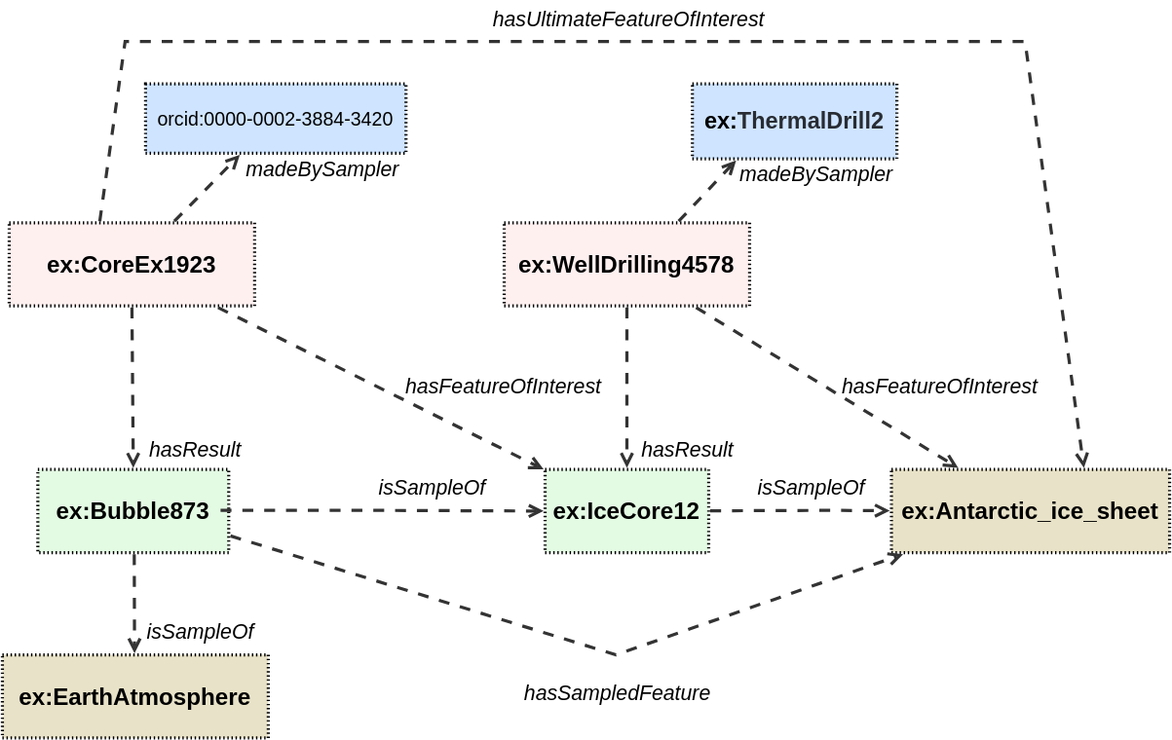
This is ssn/images/bubble-provenance.svg from afeliachi/sdw-sosa-ssn, a draw.io export, as it was before one commit. Source tidied: cells renumbered, new cells last; positions are measured from the earlier drawing's top-left corner, leaving out a move shared by most shapes. Source of this version:
```xml
<mxGraphModel>
  <root>
    <mxCell id="0" />
    <mxCell id="1" parent="0" />
    <mxCell id="2" value="ex:CoreEx1923" style="html=1;overflow=block;blockSpacing=1;whiteSpace=wrap;fontSize=17.3;fontStyle=1;align=center;spacing=0;strokeOpacity=100;fillOpacity=100;fillColor=#fff0f0;dashed=1;fixDash=1;dashPattern=1 2;strokeWidth=2.3;" parent="1" vertex="1">
      <mxGeometry x="5" y="163" width="180" height="61" as="geometry" />
    </mxCell>
    <mxCell id="3" style="html=1;jettySize=18;whiteSpace=wrap;fontSize=13;strokeColor=#333333;strokeOpacity=100;dashed=1;fixDash=1;dashPattern=8 8;strokeWidth=2.3;rounded=0;startArrow=none;endArrow=open;exitX=0.5;exitY=1.019;exitPerimeter=0;entryX=0.5;entryY=-0.019;entryPerimeter=0;lucidId=sctLGrPOj2BK;" parent="1" edge="1" source="2" target="10">
      <mxGeometry relative="1" as="geometry" />
    </mxCell>
    <mxCell id="4" style="html=1;jettySize=18;whiteSpace=wrap;fontSize=13;strokeColor=#333333;strokeOpacity=100;dashed=1;fixDash=1;dashPattern=8 8;strokeWidth=2.3;rounded=0;startArrow=none;endArrow=open;exitX=0.851;exitY=1.019;exitPerimeter=0;entryX=-0.009;entryY=-0.002;entryPerimeter=0;lucidId=sctLhihxkgJQ;" parent="1" edge="1" source="2" target="18">
      <mxGeometry relative="1" as="geometry" />
    </mxCell>
    <mxCell id="5" style="html=1;jettySize=18;whiteSpace=wrap;fontSize=13;strokeColor=#333333;strokeOpacity=100;dashed=1;fixDash=1;dashPattern=8 8;strokeWidth=2.3;rounded=0;startArrow=none;endArrow=open;exitX=0.673;exitY=-0.019;exitPerimeter=0;entryX=0.362;entryY=1.022;entryPerimeter=0;lucidId=sctLujutS-8.;" parent="1" edge="1" source="2" target="11">
      <mxGeometry relative="1" as="geometry" />
    </mxCell>
    <mxCell id="6" value="madeBySampler" style="html=1;overflow=block;blockSpacing=1;whiteSpace=wrap;fontSize=15.2;fontStyle=2;align=left;spacing=3.8;verticalAlign=top;strokeColor=none;fillOpacity=0;fillColor=#ffffff;dashed=1;fixDash=1;dashPattern=16 6;strokeWidth=0;lucidId=sctL7N020IhT;" parent="1" vertex="1">
      <mxGeometry x="176" y="112" width="111" height="28" as="geometry" />
    </mxCell>
    <mxCell id="7" value="hasFeatureOfInterest" style="html=1;overflow=block;blockSpacing=1;whiteSpace=wrap;fontSize=15.2;fontStyle=2;align=center;spacing=0;strokeColor=none;strokeOpacity=100;fillOpacity=100;fillColor=none;strokeWidth=2.3;lucidId=sctLugXyYw_a;" parent="1" vertex="1">
      <mxGeometry x="296" y="270" width="135" height="27" as="geometry" />
    </mxCell>
    <mxCell id="8" value="hasResult" style="html=1;overflow=block;blockSpacing=1;whiteSpace=wrap;fontSize=15.2;fontStyle=2;align=left;spacing=3.8;verticalAlign=top;strokeColor=none;fillOpacity=0;fillColor=#ffffff;dashed=1;fixDash=1;dashPattern=16 6;strokeWidth=0;lucidId=sctLzVusEgxE;" parent="1" vertex="1">
      <mxGeometry x="105" y="318" width="111" height="26" as="geometry" />
    </mxCell>
    <mxCell id="9" value="ex:WellDrilling4578" style="html=1;overflow=block;blockSpacing=1;whiteSpace=wrap;fontSize=17.3;fontStyle=1;align=center;spacing=0;strokeOpacity=100;fillOpacity=100;fillColor=#fff0f0;dashed=1;fixDash=1;dashPattern=1 2;strokeWidth=2.3;" parent="1" vertex="1">
      <mxGeometry x="368" y="163" width="180" height="61" as="geometry" />
    </mxCell>
    <mxCell id="10" value="ex:Bubble873" style="html=1;overflow=block;blockSpacing=1;whiteSpace=wrap;fontSize=17.3;fontStyle=1;align=center;spacing=0;strokeOpacity=100;fillOpacity=100;fillColor=#e3fae3;dashed=1;fixDash=1;dashPattern=1 2;strokeWidth=2.3;" parent="1" vertex="1">
      <mxGeometry x="26" y="344" width="140" height="61" as="geometry" />
    </mxCell>
    <mxCell id="11" value="orcid:0000-0002-3884-3420" style="html=1;overflow=block;blockSpacing=1;whiteSpace=wrap;fontSize=14;align=center;spacing=0;strokeOpacity=100;fillOpacity=100;fillColor=#cfe4ff;dashed=1;fixDash=1;dashPattern=1 2;strokeWidth=2.3;" parent="1" vertex="1">
      <mxGeometry x="105" y="61" width="191" height="51" as="geometry" />
    </mxCell>
    <mxCell id="12" style="html=1;jettySize=18;whiteSpace=wrap;fontSize=13;strokeColor=#333333;strokeOpacity=100;dashed=1;fixDash=1;dashPattern=8 8;strokeWidth=2.3;rounded=0;startArrow=none;endArrow=open;exitX=0.505;exitY=1.019;exitPerimeter=0;entryX=0.497;entryY=-0.019;entryPerimeter=0;lucidId=sctLoI0-i6Ah;" parent="1" edge="1" source="10" target="25">
      <mxGeometry relative="1" as="geometry" />
    </mxCell>
    <mxCell id="13" style="html=1;jettySize=18;whiteSpace=wrap;fontSize=13;strokeColor=#333333;strokeOpacity=100;dashed=1;fixDash=1;dashPattern=8 8;strokeWidth=2.3;rounded=0;startArrow=none;endArrow=open;exitX=0.5;exitY=1.019;exitPerimeter=0;entryX=0.5;entryY=-0.019;entryPerimeter=0;lucidId=LgtL-9_P6kDb;" parent="1" edge="1" source="9" target="18">
      <mxGeometry relative="1" as="geometry" />
    </mxCell>
    <mxCell id="14" value="&lt;span style=&quot;color: rgb(0, 0, 0);&quot;&gt;ex:&lt;/span&gt;ThermalDrill2" style="html=1;overflow=block;blockSpacing=1;whiteSpace=wrap;fontSize=16.8;fontColor=#282c33;fontStyle=1;align=center;spacing=0;strokeOpacity=100;fillOpacity=100;fillColor=#cfe4ff;dashed=1;fixDash=1;dashPattern=1 2;strokeWidth=2.3;" parent="1" vertex="1">
      <mxGeometry x="506" y="61" width="150" height="55" as="geometry" />
    </mxCell>
    <mxCell id="15" style="html=1;jettySize=18;whiteSpace=wrap;fontSize=13;strokeColor=#333333;strokeOpacity=100;dashed=1;fixDash=1;dashPattern=8 8;strokeWidth=2.3;rounded=0;startArrow=none;endArrow=open;exitX=0.711;exitY=-0.019;exitPerimeter=0;entryX=0.214;entryY=1.021;entryPerimeter=0;lucidId=sctLJVu9iMUp;" parent="1" edge="1" source="9" target="14">
      <mxGeometry relative="1" as="geometry" />
    </mxCell>
    <mxCell id="16" value="madeBySampler" style="html=1;overflow=block;blockSpacing=1;whiteSpace=wrap;fontSize=15.2;fontStyle=2;align=left;spacing=3.8;verticalAlign=top;strokeColor=none;fillOpacity=0;fillColor=#ffffff;dashed=1;fixDash=1;dashPattern=16 6;strokeWidth=0;lucidId=sctL7utkz2~R;" parent="1" vertex="1">
      <mxGeometry x="538" y="116" width="111" height="28" as="geometry" />
    </mxCell>
    <mxCell id="17" value="ex:Antarctic_ice_sheet" style="html=1;overflow=block;blockSpacing=1;whiteSpace=wrap;fontSize=17.3;fontStyle=1;align=center;spacing=0;strokeOpacity=100;fillOpacity=100;fillColor=#e8e2c8;dashed=1;fixDash=1;dashPattern=1 2;strokeWidth=2.3;" parent="1" vertex="1">
      <mxGeometry x="652" y="344" width="204" height="61" as="geometry" />
    </mxCell>
    <mxCell id="18" value="ex:IceCore12" style="html=1;overflow=block;blockSpacing=1;whiteSpace=wrap;fontSize=17.3;fontStyle=1;align=center;spacing=0;strokeOpacity=100;fillOpacity=100;fillColor=#e3fae3;dashed=1;fixDash=1;dashPattern=1 2;strokeWidth=2.3;" parent="1" vertex="1">
      <mxGeometry x="398" y="344" width="120" height="61" as="geometry" />
    </mxCell>
    <mxCell id="19" style="html=1;jettySize=18;whiteSpace=wrap;fontSize=13;strokeColor=#333333;strokeOpacity=100;dashed=1;fixDash=1;dashPattern=8 8;strokeWidth=2.3;rounded=0;startArrow=none;endArrow=open;entryX=-0.009;entryY=0.5;entryPerimeter=0;lucidId=sctLCPU6qQEx;" parent="1" edge="1" target="18">
      <mxGeometry relative="1" as="geometry">
        <mxPoint x="160" y="374" as="sourcePoint" />
        <Array as="points">
          <mxPoint x="270" y="374" />
        </Array>
      </mxGeometry>
    </mxCell>
    <mxCell id="20" value="isSampleOf" style="html=1;overflow=block;blockSpacing=1;whiteSpace=wrap;fontSize=15.2;fontStyle=2;align=center;spacing=0;strokeColor=none;strokeOpacity=100;fillOpacity=100;fillColor=none;strokeWidth=2.3;lucidId=sctLXhOGobo_;" parent="1" vertex="1">
      <mxGeometry x="248" y="344" width="135" height="27" as="geometry" />
    </mxCell>
    <mxCell id="21" style="html=1;jettySize=18;whiteSpace=wrap;fontSize=13;strokeColor=#333333;strokeOpacity=100;dashed=1;fixDash=1;dashPattern=8 8;strokeWidth=2.3;rounded=0;startArrow=none;endArrow=open;exitX=1.009;exitY=0.497;exitPerimeter=0;entryX=-0.006;entryY=0.496;entryPerimeter=0;lucidId=sctLt9kwfH0~;" parent="1" edge="1" source="18" target="17">
      <mxGeometry relative="1" as="geometry">
        <Array as="points">
          <mxPoint x="607" y="374" />
        </Array>
      </mxGeometry>
    </mxCell>
    <mxCell id="22" value="hasSampledFeature" style="html=1;overflow=block;blockSpacing=1;whiteSpace=wrap;fontSize=15.2;fontStyle=2;align=center;spacing=0;strokeColor=none;strokeOpacity=100;fillOpacity=100;fillColor=none;strokeWidth=2.3;lucidId=sctLsYCHqdz9;" parent="1" vertex="1">
      <mxGeometry x="383" y="495" width="135" height="27" as="geometry" />
    </mxCell>
    <mxCell id="23" value="hasUltimateFeatureOfInterest" style="html=1;overflow=block;blockSpacing=1;whiteSpace=wrap;fontSize=15.2;fontStyle=2;align=center;spacing=0;strokeColor=none;strokeOpacity=100;fillOpacity=100;fillColor=none;strokeWidth=2.3;lucidId=sctLbd-Pq0WZ;" parent="1" vertex="1">
      <mxGeometry x="360" width="135" height="27" as="geometry" />
    </mxCell>
    <mxCell id="24" style="html=1;jettySize=18;whiteSpace=wrap;fontSize=13;strokeColor=#333333;strokeOpacity=100;dashed=1;fixDash=1;dashPattern=8 8;strokeWidth=2.3;rounded=0;startArrow=none;endArrow=open;exitX=0.782;exitY=1.019;exitPerimeter=0;entryX=0.24;entryY=-0.019;entryPerimeter=0;lucidId=sctLm6UVjS1W;" parent="1" edge="1" source="9" target="17">
      <mxGeometry relative="1" as="geometry" />
    </mxCell>
    <mxCell id="25" value="ex:EarthAtmosphere" style="html=1;overflow=block;blockSpacing=1;whiteSpace=wrap;fontSize=17.3;fontStyle=1;align=center;spacing=0;strokeOpacity=100;fillOpacity=100;fillColor=#e8e2c8;dashed=1;fixDash=1;dashPattern=1 2;strokeWidth=2.3;" parent="1" vertex="1">
      <mxGeometry y="480" width="195" height="61" as="geometry" />
    </mxCell>
    <mxCell id="26" value="hasFeatureOfInterest" style="html=1;overflow=block;blockSpacing=1;whiteSpace=wrap;fontSize=15.2;fontStyle=2;align=center;spacing=0;strokeColor=none;strokeOpacity=100;fillOpacity=100;fillColor=none;strokeWidth=2.3;lucidId=DftLHPl8Vamc;" parent="1" vertex="1">
      <mxGeometry x="616" y="270" width="135" height="27" as="geometry" />
    </mxCell>
    <mxCell id="27" value="hasResult" style="html=1;overflow=block;blockSpacing=1;whiteSpace=wrap;fontSize=15.2;fontStyle=2;align=left;spacing=3.8;verticalAlign=top;strokeColor=none;fillOpacity=0;fillColor=#ffffff;dashed=1;fixDash=1;dashPattern=16 6;strokeWidth=0;lucidId=IgtLjT61Bfvl;" parent="1" vertex="1">
      <mxGeometry x="466" y="318" width="111" height="26" as="geometry" />
    </mxCell>
    <mxCell id="28" value="isSampleOf" style="html=1;overflow=block;blockSpacing=1;whiteSpace=wrap;fontSize=15.2;fontStyle=2;align=center;spacing=0;strokeColor=none;strokeOpacity=100;fillOpacity=100;fillColor=none;strokeWidth=2.3;lucidId=cjtLE~gl49wR;" parent="1" vertex="1">
      <mxGeometry x="526" y="344" width="135" height="27" as="geometry" />
    </mxCell>
    <mxCell id="29" value="isSampleOf" style="html=1;overflow=block;blockSpacing=1;whiteSpace=wrap;fontSize=15.2;fontStyle=2;align=center;spacing=0;strokeColor=none;strokeOpacity=100;fillOpacity=100;fillColor=none;strokeWidth=2.3;lucidId=1jtLU3yHa154;" parent="1" vertex="1">
      <mxGeometry x="78" y="450" width="135" height="27" as="geometry" />
    </mxCell>
    <mxCell id="30" style="html=1;jettySize=18;whiteSpace=wrap;fontSize=13;strokeColor=#333333;strokeOpacity=100;dashed=1;fixDash=1;dashPattern=8 8;strokeWidth=2.3;rounded=0;startArrow=none;endArrow=open;exitX=1.009;exitY=0.799;exitPerimeter=0;entryX=0.042;entryY=1.019;entryPerimeter=0;lucidId=yltLjNhuOTPb;" parent="1" edge="1" source="10" target="17">
      <mxGeometry relative="1" as="geometry">
        <Array as="points">
          <mxPoint x="450" y="480" />
        </Array>
      </mxGeometry>
    </mxCell>
    <mxCell id="31" style="html=1;jettySize=18;whiteSpace=wrap;fontSize=13;strokeColor=#333333;strokeOpacity=100;dashed=1;fixDash=1;dashPattern=8 8;strokeWidth=2.3;rounded=0;startArrow=none;endArrow=open;exitX=0.369;exitY=-0.019;exitPerimeter=0;entryX=0.692;entryY=-0.019;entryPerimeter=0;lucidId=7mtLkySJL77C;" parent="1" edge="1" source="2" target="17">
      <mxGeometry relative="1" as="geometry">
        <Array as="points">
          <mxPoint x="90" y="30" />
          <mxPoint x="750" y="30" />
        </Array>
      </mxGeometry>
    </mxCell>
  </root>
</mxGraphModel>
```
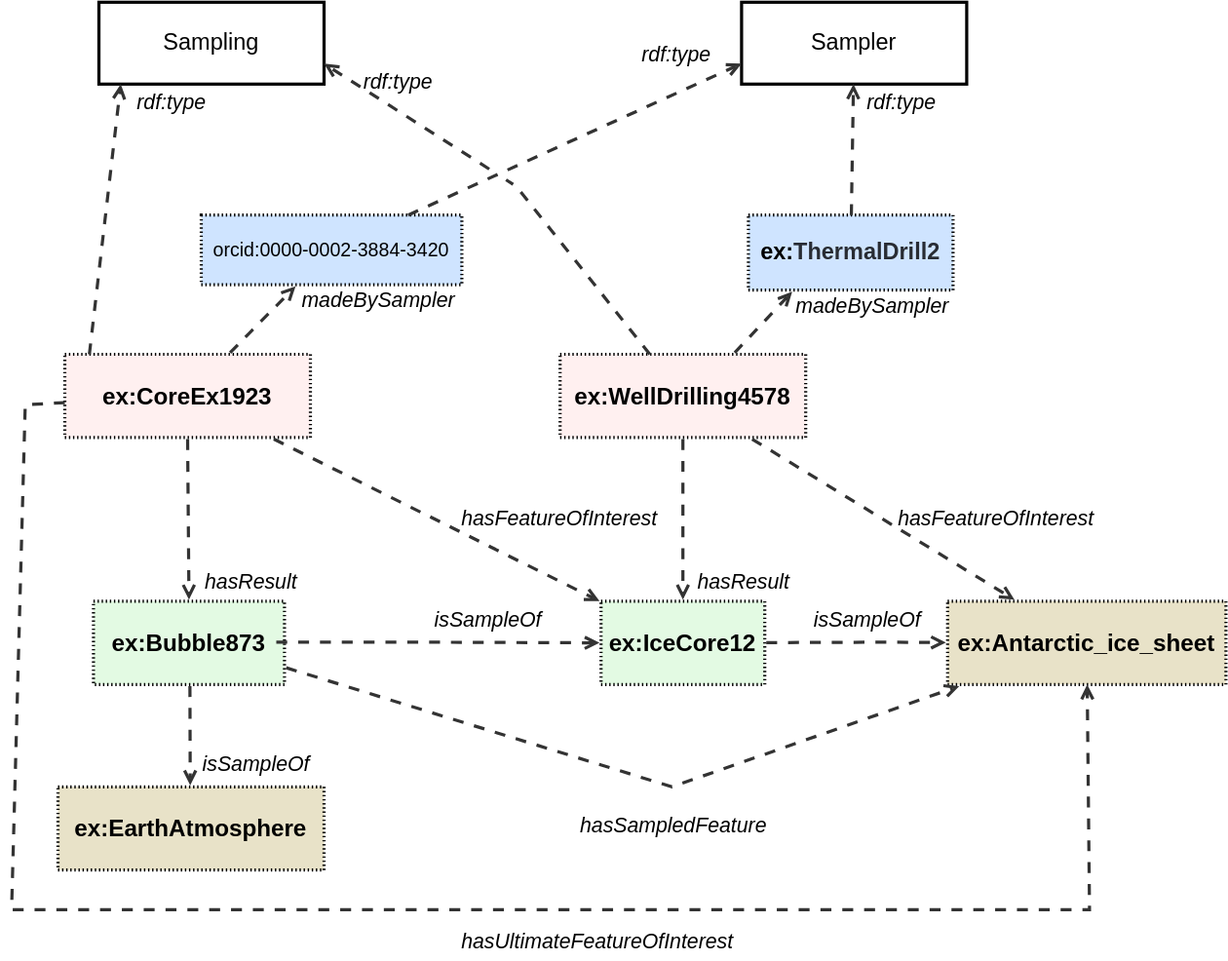
The same file after the commit.

Commit message:
Add Sampling and Sampler type designators in diagram

What changed in the source:
```diff
@@ -75,7 +75,7 @@
       <mxGeometry x="383" y="495" width="135" height="27" as="geometry" />
     </mxCell>
     <mxCell id="23" value="hasUltimateFeatureOfInterest" style="html=1;overflow=block;blockSpacing=1;whiteSpace=wrap;fontSize=15.2;fontStyle=2;align=center;spacing=0;strokeColor=none;strokeOpacity=100;fillOpacity=100;fillColor=none;strokeWidth=2.3;lucidId=sctLbd-Pq0WZ;" parent="1" vertex="1">
-      <mxGeometry x="360" width="135" height="27" as="geometry" />
+      <mxGeometry x="296" y="580" width="135" height="27" as="geometry" />
     </mxCell>
     <mxCell id="24" style="html=1;jettySize=18;whiteSpace=wrap;fontSize=13;strokeColor=#333333;strokeOpacity=100;dashed=1;fixDash=1;dashPattern=8 8;strokeWidth=2.3;rounded=0;startArrow=none;endArrow=open;exitX=0.782;exitY=1.019;exitPerimeter=0;entryX=0.24;entryY=-0.019;entryPerimeter=0;lucidId=sctLm6UVjS1W;" parent="1" edge="1" source="9" target="17">
       <mxGeometry relative="1" as="geometry" />
@@ -102,13 +102,48 @@
         </Array>
       </mxGeometry>
     </mxCell>
-    <mxCell id="31" style="html=1;jettySize=18;whiteSpace=wrap;fontSize=13;strokeColor=#333333;strokeOpacity=100;dashed=1;fixDash=1;dashPattern=8 8;strokeWidth=2.3;rounded=0;startArrow=none;endArrow=open;exitX=0.369;exitY=-0.019;exitPerimeter=0;entryX=0.692;entryY=-0.019;entryPerimeter=0;lucidId=7mtLkySJL77C;" parent="1" edge="1" source="2" target="17">
+    <mxCell id="31" style="html=1;jettySize=18;whiteSpace=wrap;fontSize=13;strokeColor=#333333;strokeOpacity=100;dashed=1;fixDash=1;dashPattern=8 8;strokeWidth=2.3;rounded=0;startArrow=none;endArrow=open;lucidId=7mtLkySJL77C;" parent="1" edge="1" source="2" target="17">
       <mxGeometry relative="1" as="geometry">
         <Array as="points">
-          <mxPoint x="90" y="30" />
-          <mxPoint x="750" y="30" />
+          <mxPoint x="-24" y="200" />
+          <mxPoint x="-34" y="570" />
+          <mxPoint x="756" y="570" />
         </Array>
       </mxGeometry>
     </mxCell>
+    <mxCell id="32" value="rdf:type" style="html=1;overflow=block;blockSpacing=1;whiteSpace=wrap;fontSize=15.2;fontStyle=2;align=center;spacing=0;strokeColor=none;strokeOpacity=100;fillOpacity=100;fillColor=none;strokeWidth=2.3;lucidId=fGhv2hcm3C9S;" parent="1" vertex="1">
+      <mxGeometry x="46" y="-35" width="75" height="27" as="geometry" />
+    </mxCell>
+    <mxCell id="33" value="Sampling" style="html=1;overflow=block;blockSpacing=1;whiteSpace=wrap;fontSize=16.8;align=center;spacing=0;strokeOpacity=100;fillColor=none;strokeWidth=2.3;strokeColor=default;" parent="1" vertex="1">
+      <mxGeometry x="30" y="-95" width="165" height="60" as="geometry" />
+    </mxCell>
+    <mxCell id="34" value="rdf:type" style="html=1;overflow=block;blockSpacing=1;whiteSpace=wrap;fontSize=15.2;fontStyle=2;align=center;spacing=0;strokeColor=none;strokeOpacity=100;fillOpacity=100;fillColor=none;strokeWidth=2.3;lucidId=fGhv2hcm3C9S;" parent="1" vertex="1">
+      <mxGeometry x="212" y="-50" width="75" height="27" as="geometry" />
+    </mxCell>
+    <mxCell id="35" value="Sampler" style="html=1;overflow=block;blockSpacing=1;whiteSpace=wrap;fontSize=16.8;align=center;spacing=0;strokeOpacity=100;fillColor=none;strokeWidth=2.3;strokeColor=default;" parent="1" vertex="1">
+      <mxGeometry x="501" y="-95" width="165" height="60" as="geometry" />
+    </mxCell>
+    <mxCell id="36" value="rdf:type" style="html=1;overflow=block;blockSpacing=1;whiteSpace=wrap;fontSize=15.2;fontStyle=2;align=center;spacing=0;strokeColor=none;strokeOpacity=100;fillOpacity=100;fillColor=none;strokeWidth=2.3;lucidId=fGhv2hcm3C9S;" parent="1" vertex="1">
+      <mxGeometry x="581" y="-35" width="75" height="27" as="geometry" />
+    </mxCell>
+    <mxCell id="37" value="rdf:type" style="html=1;overflow=block;blockSpacing=1;whiteSpace=wrap;fontSize=15.2;fontStyle=2;align=center;spacing=0;strokeColor=none;strokeOpacity=100;fillOpacity=100;fillColor=none;strokeWidth=2.3;lucidId=fGhv2hcm3C9S;" parent="1" vertex="1">
+      <mxGeometry x="416" y="-70" width="75" height="27" as="geometry" />
+    </mxCell>
+    <mxCell id="38" style="html=1;jettySize=18;whiteSpace=wrap;fontSize=13;strokeColor=#333333;strokeOpacity=100;dashed=1;fixDash=1;dashPattern=8 8;strokeWidth=2.3;rounded=0;startArrow=none;endArrow=open;lucidId=sctLJVu9iMUp;jumpStyle=gap;jumpSize=12;" parent="1" edge="1" source="14" target="35">
+      <mxGeometry relative="1" as="geometry" />
+    </mxCell>
+    <mxCell id="39" style="html=1;jettySize=18;whiteSpace=wrap;fontSize=13;strokeColor=#333333;strokeOpacity=100;dashed=1;fixDash=1;dashPattern=8 8;strokeWidth=2.3;rounded=0;startArrow=none;endArrow=open;lucidId=sctLJVu9iMUp;jumpStyle=gap;jumpSize=12;entryX=0;entryY=0.75;entryDx=0;entryDy=0;" parent="1" edge="1" source="11" target="35">
+      <mxGeometry relative="1" as="geometry" />
+    </mxCell>
+    <mxCell id="40" style="html=1;jettySize=18;whiteSpace=wrap;fontSize=13;strokeColor=#333333;strokeOpacity=100;dashed=1;fixDash=1;dashPattern=8 8;strokeWidth=2.3;rounded=0;startArrow=none;endArrow=open;lucidId=sctLJVu9iMUp;entryX=0;entryY=0;entryDx=0;entryDy=0;exitX=0.1;exitY=0;exitDx=0;exitDy=0;exitPerimeter=0;" parent="1" edge="1" source="2" target="32">
+      <mxGeometry relative="1" as="geometry" />
+    </mxCell>
+    <mxCell id="41" style="html=1;jettySize=18;whiteSpace=wrap;fontSize=13;strokeColor=#333333;strokeOpacity=100;dashed=1;fixDash=1;dashPattern=8 8;strokeWidth=2.3;rounded=0;startArrow=none;endArrow=open;lucidId=sctLJVu9iMUp;jumpStyle=gap;jumpSize=12;entryX=1;entryY=0.75;entryDx=0;entryDy=0;" parent="1" edge="1" source="9" target="33">
+      <mxGeometry relative="1" as="geometry">
+        <Array as="points">
+          <mxPoint x="336" y="40" />
+        </Array>
+      </mxGeometry>
+    </mxCell>
   </root>
 </mxGraphModel>
```
